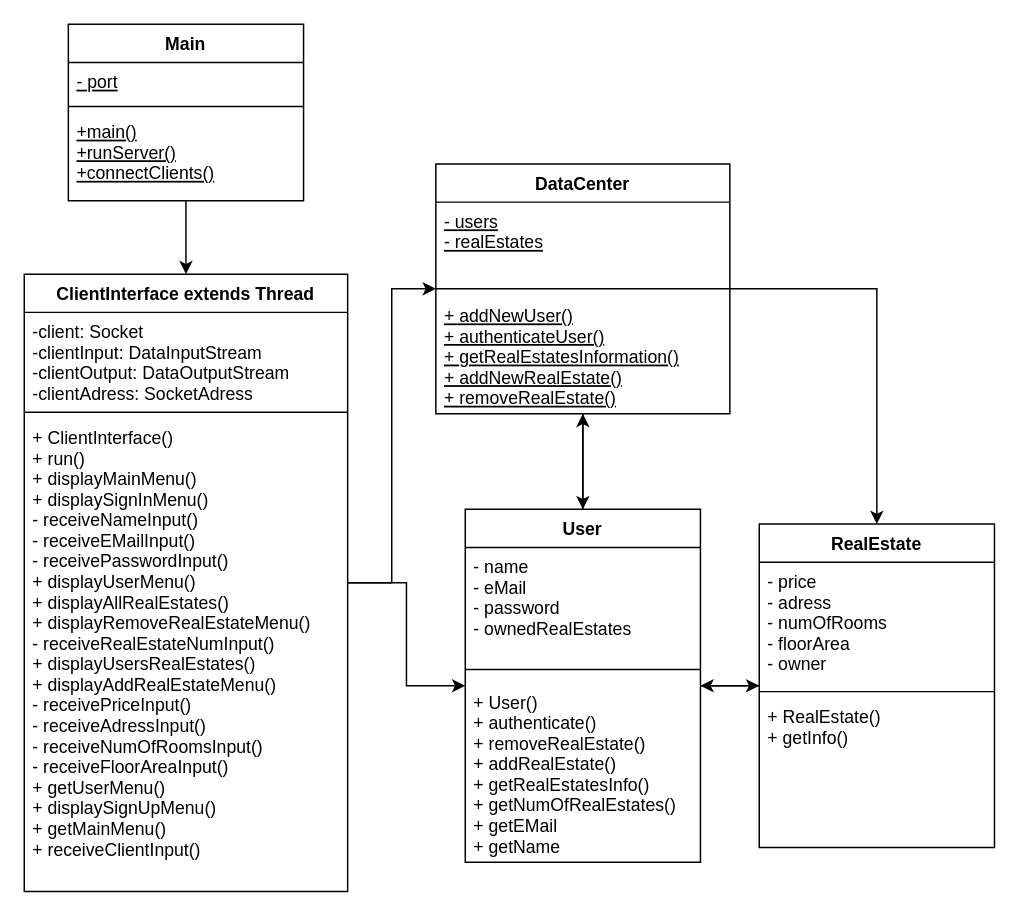
FabioKron/Online-Immobilienportal keeps this draw.io diagram as EntwurfsdiagrammServer.drawio. Above is the earlier version. Source tidied: cells renumbered, new cells numbered last; positions are measured from the earlier drawing's top-left corner, leaving out a move shared by most shapes. Both pictures are drawn from the tidied source at 147%, with x=0, y=0 at pixel (24, 24).
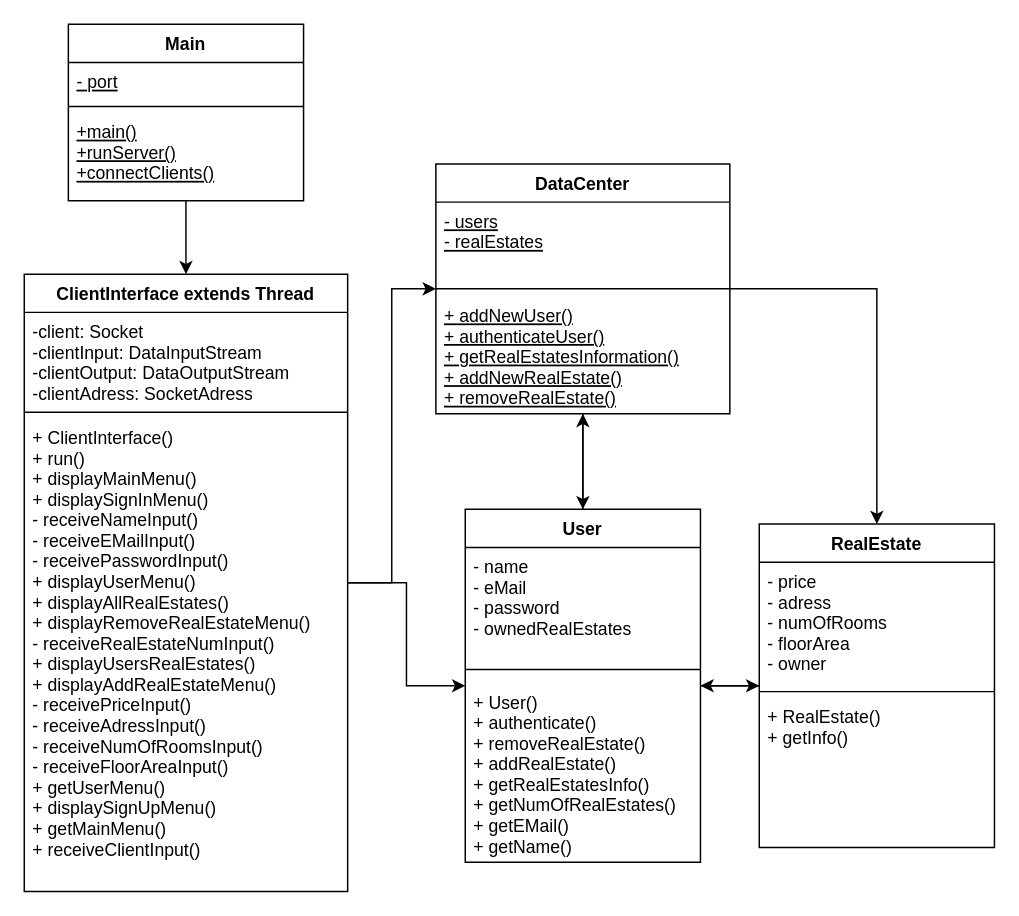
Above is the later version.

Commit message:
Hinzufügen von fehlenden Klammern Im Entwurfsdiagramm des Servers in der Klasse User fehlten bei getName und getName die Klammern; diese wurden nun hinzugefügt

The change refers to these unchanged cells:
```xml
<mxCell id="15" value="User" style="swimlane;fontStyle=1;align=center;verticalAlign=top;horizontal=1;startSize=26;" parent="1" vertex="1">
  <mxGeometry x="300" y="330" width="160" height="240" as="geometry" />
</mxCell>
```

Change to the diagram source:
```diff
@@
-    <mxCell id="18" value="+ User()&#10;+ authenticate()&#10;+ removeRealEstate()&#10;+ addRealEstate()&#10;+ getRealEstatesInfo()&#10;+ getNumOfRealEstates()&#10;+ getEMail&#10;+ getName" style="text;strokeColor=none;fillColor=none;align=left;verticalAlign=top;spacingLeft=4;spacingRight=4;overflow=hidden;" parent="15" vertex="1">
+    <mxCell id="18" value="+ User()&#10;+ authenticate()&#10;+ removeRealEstate()&#10;+ addRealEstate()&#10;+ getRealEstatesInfo()&#10;+ getNumOfRealEstates()&#10;+ getEMail()&#10;+ getName()" style="text;strokeColor=none;fillColor=none;align=left;verticalAlign=top;spacingLeft=4;spacingRight=4;overflow=hidden;" parent="15" vertex="1">
       <mxGeometry y="118" width="160" height="122" as="geometry" />
     </mxCell>
```
